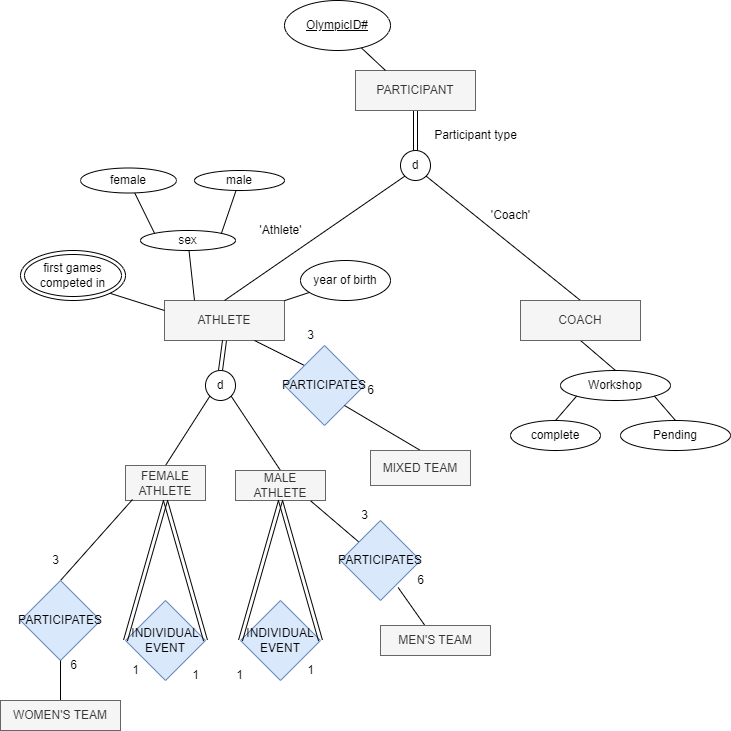
Above: EER Diagram A4.drawio.png in Alphamale42/Data-modelling (draw.io), before the change. Source tidied: cells renumbered, new cells last; positions are measured from the earlier drawing's top-left corner, leaving out a move shared by most shapes. Source of this version:
```xml
<mxGraphModel>
  <root>
    <mxCell id="0" />
    <mxCell id="1" parent="0" />
    <mxCell id="2" value="ATHLETE" style="rounded=0;whiteSpace=wrap;html=1;fillColor=#f5f5f5;fontColor=#333333;strokeColor=#666666;" parent="1" vertex="1">
      <mxGeometry x="164" y="300" width="120" height="40" as="geometry" />
    </mxCell>
    <mxCell id="3" style="endArrow=none;html=1;rounded=0;exitX=0.5;exitY=1;exitDx=0;exitDy=0;entryX=0.5;entryY=0;entryDx=0;entryDy=0;shape=link;" parent="1" edge="1" source="2" target="4">
      <mxGeometry relative="1" as="geometry" />
    </mxCell>
    <mxCell id="4" value="d" style="ellipse;whiteSpace=wrap;html=1;" parent="1" vertex="1">
      <mxGeometry x="205" y="370" width="30" height="30" as="geometry" />
    </mxCell>
    <mxCell id="5" style="endArrow=none;html=1;rounded=0;exitX=1;exitY=1;exitDx=0;exitDy=0;entryX=0.5;entryY=0;entryDx=0;entryDy=0;" parent="1" edge="1" source="4" target="7">
      <mxGeometry relative="1" as="geometry" />
    </mxCell>
    <mxCell id="6" style="endArrow=none;html=1;rounded=0;exitX=0;exitY=1;exitDx=0;exitDy=0;entryX=0.5;entryY=0;entryDx=0;entryDy=0;" parent="1" edge="1" source="4" target="8">
      <mxGeometry relative="1" as="geometry" />
    </mxCell>
    <mxCell id="7" value="MALE ATHLETE" style="rounded=0;whiteSpace=wrap;html=1;fillColor=#f5f5f5;fontColor=#333333;strokeColor=#666666;" parent="1" vertex="1">
      <mxGeometry x="235" y="470" width="90" height="30" as="geometry" />
    </mxCell>
    <mxCell id="8" value="FEMALE ATHLETE" style="rounded=0;whiteSpace=wrap;html=1;fillColor=#f5f5f5;fontColor=#333333;strokeColor=#666666;" parent="1" vertex="1">
      <mxGeometry x="125" y="465" width="80" height="35" as="geometry" />
    </mxCell>
    <mxCell id="9" style="endArrow=none;html=1;rounded=0;entryX=0.75;entryY=1;entryDx=0;entryDy=0;exitX=0;exitY=0;exitDx=0;exitDy=0;" parent="1" edge="1" source="10" target="2">
      <mxGeometry relative="1" as="geometry" />
    </mxCell>
    <mxCell id="10" value="PARTICIPATES" style="rhombus;whiteSpace=wrap;html=1;fillColor=#dae8fc;strokeColor=#6c8ebf;" parent="1" vertex="1">
      <mxGeometry x="284" y="345" width="80" height="80" as="geometry" />
    </mxCell>
    <mxCell id="11" style="endArrow=none;html=1;rounded=0;entryX=1;entryY=1;entryDx=0;entryDy=0;exitX=0.5;exitY=0;exitDx=0;exitDy=0;" parent="1" edge="1" source="12" target="10">
      <mxGeometry relative="1" as="geometry" />
    </mxCell>
    <mxCell id="12" value="MIXED TEAM" style="rounded=0;whiteSpace=wrap;html=1;fillColor=#f5f5f5;fontColor=#333333;strokeColor=#666666;" parent="1" vertex="1">
      <mxGeometry x="370" y="450" width="100" height="35" as="geometry" />
    </mxCell>
    <mxCell id="13" style="endArrow=none;html=1;rounded=0;entryX=0.5;entryY=1;entryDx=0;entryDy=0;exitX=0.5;exitY=0;exitDx=0;exitDy=0;" parent="1" edge="1" source="14" target="43">
      <mxGeometry relative="1" as="geometry" />
    </mxCell>
    <mxCell id="14" value="Workshop" style="ellipse;whiteSpace=wrap;html=1;" parent="1" vertex="1">
      <mxGeometry x="560" y="370" width="110" height="30" as="geometry" />
    </mxCell>
    <mxCell id="15" style="endArrow=none;html=1;rounded=0;entryX=0;entryY=1;entryDx=0;entryDy=0;exitX=0.5;exitY=0;exitDx=0;exitDy=0;" parent="1" edge="1" source="16" target="14">
      <mxGeometry relative="1" as="geometry" />
    </mxCell>
    <mxCell id="16" value="complete" style="ellipse;whiteSpace=wrap;html=1;" parent="1" vertex="1">
      <mxGeometry x="510" y="420" width="90" height="30" as="geometry" />
    </mxCell>
    <mxCell id="17" style="endArrow=none;html=1;rounded=0;entryX=1;entryY=1;entryDx=0;entryDy=0;exitX=0.5;exitY=0;exitDx=0;exitDy=0;" parent="1" edge="1" source="18" target="14">
      <mxGeometry relative="1" as="geometry" />
    </mxCell>
    <mxCell id="18" value="Pending" style="ellipse;whiteSpace=wrap;html=1;" parent="1" vertex="1">
      <mxGeometry x="620" y="420" width="110" height="30" as="geometry" />
    </mxCell>
    <mxCell id="19" style="endArrow=none;html=1;rounded=0;exitX=0.5;exitY=0;exitDx=0;exitDy=0;entryX=1;entryY=1;entryDx=0;entryDy=0;" parent="1" edge="1" source="43" target="21">
      <mxGeometry relative="1" as="geometry" />
    </mxCell>
    <mxCell id="20" style="endArrow=none;html=1;rounded=0;exitX=0.5;exitY=0;exitDx=0;exitDy=0;entryX=0;entryY=1;entryDx=0;entryDy=0;" parent="1" edge="1" source="2" target="21">
      <mxGeometry relative="1" as="geometry" />
    </mxCell>
    <mxCell id="21" value="d" style="ellipse;whiteSpace=wrap;html=1;" parent="1" vertex="1">
      <mxGeometry x="400" y="150" width="30" height="30" as="geometry" />
    </mxCell>
    <mxCell id="22" style="endArrow=none;html=1;rounded=0;entryX=0.5;entryY=0;entryDx=0;entryDy=0;shape=link;" parent="1" edge="1" source="23" target="21">
      <mxGeometry relative="1" as="geometry" />
    </mxCell>
    <mxCell id="23" value="PARTICIPANT" style="rounded=0;whiteSpace=wrap;html=1;fillColor=#f5f5f5;fontColor=#333333;strokeColor=#666666;" parent="1" vertex="1">
      <mxGeometry x="355" y="70" width="120" height="40" as="geometry" />
    </mxCell>
    <mxCell id="24" style="endArrow=none;html=1;rounded=0;entryX=0.25;entryY=0;entryDx=0;entryDy=0;" parent="1" edge="1" source="25" target="23">
      <mxGeometry relative="1" as="geometry" />
    </mxCell>
    <mxCell id="25" value="&lt;u&gt;OlympicID#&lt;/u&gt;" style="ellipse;whiteSpace=wrap;html=1;" parent="1" vertex="1">
      <mxGeometry x="284" width="106" height="50" as="geometry" />
    </mxCell>
    <mxCell id="26" value="Participant type" style="text;html=1;align=center;verticalAlign=middle;fillColor=none;strokeColor=none;rounded=0;" parent="1" vertex="1">
      <mxGeometry x="420" y="120" width="110" height="30" as="geometry" />
    </mxCell>
    <mxCell id="27" value="'Athlete'" style="text;html=1;align=center;verticalAlign=middle;fillColor=none;strokeColor=none;rounded=0;" parent="1" vertex="1">
      <mxGeometry x="245" y="215" width="70" height="30" as="geometry" />
    </mxCell>
    <mxCell id="28" value="'Coach'" style="text;html=1;align=center;verticalAlign=middle;fillColor=none;strokeColor=none;rounded=0;" parent="1" vertex="1">
      <mxGeometry x="480" y="200" width="60" height="30" as="geometry" />
    </mxCell>
    <mxCell id="29" value="INDIVIDUAL EVENT" style="rhombus;whiteSpace=wrap;html=1;fillColor=#dae8fc;strokeColor=#6c8ebf;" parent="1" vertex="1">
      <mxGeometry x="125" y="600" width="80" height="80" as="geometry" />
    </mxCell>
    <mxCell id="30" value="INDIVIDUAL EVENT" style="rhombus;whiteSpace=wrap;html=1;fillColor=#dae8fc;strokeColor=#6c8ebf;" parent="1" vertex="1">
      <mxGeometry x="240" y="600" width="80" height="80" as="geometry" />
    </mxCell>
    <mxCell id="31" style="endArrow=none;html=1;rounded=0;shape=link;exitX=1;exitY=0.5;exitDx=0;exitDy=0;entryX=0.5;entryY=1;entryDx=0;entryDy=0;" parent="1" edge="1" source="30" target="7">
      <mxGeometry relative="1" as="geometry" />
    </mxCell>
    <mxCell id="32" style="endArrow=none;html=1;rounded=0;shape=link;exitX=0;exitY=0.5;exitDx=0;exitDy=0;entryX=0.5;entryY=1;entryDx=0;entryDy=0;" parent="1" edge="1" source="30" target="7">
      <mxGeometry relative="1" as="geometry" />
    </mxCell>
    <mxCell id="33" style="endArrow=none;html=1;rounded=0;shape=link;exitX=0;exitY=0.5;exitDx=0;exitDy=0;entryX=0.5;entryY=1;entryDx=0;entryDy=0;" parent="1" edge="1" source="29" target="8">
      <mxGeometry relative="1" as="geometry" />
    </mxCell>
    <mxCell id="34" style="endArrow=none;html=1;rounded=0;shape=link;exitX=0.5;exitY=1;exitDx=0;exitDy=0;entryX=1;entryY=0.5;entryDx=0;entryDy=0;" parent="1" edge="1" source="8" target="29">
      <mxGeometry relative="1" as="geometry" />
    </mxCell>
    <mxCell id="35" style="endArrow=none;html=1;rounded=0;exitX=0.838;exitY=1.02;exitDx=0;exitDy=0;exitPerimeter=0;" parent="1" edge="1" source="7" target="36">
      <mxGeometry relative="1" as="geometry" />
    </mxCell>
    <mxCell id="36" value="PARTICIPATES" style="rhombus;whiteSpace=wrap;html=1;fillColor=#dae8fc;strokeColor=#6c8ebf;" parent="1" vertex="1">
      <mxGeometry x="340" y="520" width="80" height="80" as="geometry" />
    </mxCell>
    <mxCell id="37" style="endArrow=none;html=1;rounded=0;exitX=0.72;exitY=0.838;exitDx=0;exitDy=0;exitPerimeter=0;" parent="1" edge="1" source="36" target="38">
      <mxGeometry relative="1" as="geometry" />
    </mxCell>
    <mxCell id="38" value="MEN'S TEAM" style="rounded=0;whiteSpace=wrap;html=1;fillColor=#f5f5f5;fontColor=#333333;strokeColor=#666666;" parent="1" vertex="1">
      <mxGeometry x="380" y="625" width="110" height="30" as="geometry" />
    </mxCell>
    <mxCell id="39" style="endArrow=none;html=1;rounded=0;exitX=0.088;exitY=0.971;exitDx=0;exitDy=0;exitPerimeter=0;entryX=0.5;entryY=0;entryDx=0;entryDy=0;" parent="1" edge="1" source="8" target="40">
      <mxGeometry relative="1" as="geometry" />
    </mxCell>
    <mxCell id="40" value="PARTICIPATES" style="rhombus;whiteSpace=wrap;html=1;fillColor=#dae8fc;strokeColor=#6c8ebf;" parent="1" vertex="1">
      <mxGeometry x="20" y="580" width="80" height="80" as="geometry" />
    </mxCell>
    <mxCell id="41" style="endArrow=none;html=1;rounded=0;exitX=0.5;exitY=1;exitDx=0;exitDy=0;" parent="1" edge="1" source="40" target="42">
      <mxGeometry relative="1" as="geometry" />
    </mxCell>
    <mxCell id="42" value="WOMEN'S TEAM" style="rounded=0;whiteSpace=wrap;html=1;fillColor=#f5f5f5;fontColor=#333333;strokeColor=#666666;" parent="1" vertex="1">
      <mxGeometry y="700" width="120" height="30" as="geometry" />
    </mxCell>
    <mxCell id="43" value="COACH" style="rounded=0;whiteSpace=wrap;html=1;fillColor=#f5f5f5;fontColor=#333333;strokeColor=#666666;" parent="1" vertex="1">
      <mxGeometry x="520" y="300" width="120" height="40" as="geometry" />
    </mxCell>
    <mxCell id="44" style="endArrow=none;html=1;rounded=0;" parent="1" edge="1" source="2" target="45">
      <mxGeometry relative="1" as="geometry" />
    </mxCell>
    <mxCell id="45" value="year of birth" style="ellipse;whiteSpace=wrap;html=1;" parent="1" vertex="1">
      <mxGeometry x="300" y="260" width="90" height="40" as="geometry" />
    </mxCell>
    <mxCell id="46" style="endArrow=none;html=1;rounded=0;exitX=0.25;exitY=0;exitDx=0;exitDy=0;" parent="1" edge="1" source="2" target="47">
      <mxGeometry relative="1" as="geometry" />
    </mxCell>
    <mxCell id="47" value="sex" style="ellipse;whiteSpace=wrap;html=1;" parent="1" vertex="1">
      <mxGeometry x="140" y="230" width="95" height="20" as="geometry" />
    </mxCell>
    <mxCell id="48" style="endArrow=none;html=1;rounded=0;exitX=1;exitY=0;exitDx=0;exitDy=0;" parent="1" edge="1" source="47" target="49">
      <mxGeometry relative="1" as="geometry" />
    </mxCell>
    <mxCell id="49" value="male" style="ellipse;whiteSpace=wrap;html=1;" parent="1" vertex="1">
      <mxGeometry x="194" y="170" width="90" height="20" as="geometry" />
    </mxCell>
    <mxCell id="50" style="endArrow=none;html=1;rounded=0;exitX=0;exitY=0;exitDx=0;exitDy=0;" parent="1" edge="1" source="47" target="51">
      <mxGeometry relative="1" as="geometry" />
    </mxCell>
    <mxCell id="51" value="female" style="ellipse;whiteSpace=wrap;html=1;" parent="1" vertex="1">
      <mxGeometry x="80" y="167.5" width="96" height="25" as="geometry" />
    </mxCell>
    <mxCell id="52" style="endArrow=none;html=1;rounded=0;exitX=0;exitY=0.25;exitDx=0;exitDy=0;entryX=1;entryY=1;entryDx=0;entryDy=0;" parent="1" edge="1" source="2" target="53">
      <mxGeometry relative="1" as="geometry" />
    </mxCell>
    <mxCell id="53" value="first games competed in" style="ellipse;shape=doubleEllipse;whiteSpace=wrap;html=1;" parent="1" vertex="1">
      <mxGeometry x="20" y="250" width="105" height="50" as="geometry" />
    </mxCell>
    <mxCell id="54" value="3" style="text;html=1;align=center;verticalAlign=middle;fillColor=none;strokeColor=none;rounded=0;" parent="1" vertex="1">
      <mxGeometry x="295" y="320" width="30" height="30" as="geometry" />
    </mxCell>
    <mxCell id="55" value="6" style="text;html=1;align=center;verticalAlign=middle;fillColor=none;strokeColor=none;rounded=0;" parent="1" vertex="1">
      <mxGeometry x="355" y="375" width="30" height="30" as="geometry" />
    </mxCell>
    <mxCell id="56" value="6" style="text;html=1;align=center;verticalAlign=middle;fillColor=none;strokeColor=none;rounded=0;" parent="1" vertex="1">
      <mxGeometry x="405" y="565" width="30" height="30" as="geometry" />
    </mxCell>
    <mxCell id="57" value="6" style="text;html=1;align=center;verticalAlign=middle;fillColor=none;strokeColor=none;rounded=0;" parent="1" vertex="1">
      <mxGeometry x="57.5" y="650" width="30" height="30" as="geometry" />
    </mxCell>
    <mxCell id="58" value="3" style="text;html=1;align=center;verticalAlign=middle;fillColor=none;strokeColor=none;rounded=0;" parent="1" vertex="1">
      <mxGeometry x="349" y="500" width="30" height="30" as="geometry" />
    </mxCell>
    <mxCell id="59" value="3" style="text;html=1;align=center;verticalAlign=middle;fillColor=none;strokeColor=none;rounded=0;" parent="1" vertex="1">
      <mxGeometry x="40" y="545" width="30" height="30" as="geometry" />
    </mxCell>
    <mxCell id="60" value="1" style="text;html=1;align=center;verticalAlign=middle;fillColor=none;strokeColor=none;rounded=0;" parent="1" vertex="1">
      <mxGeometry x="295" y="655" width="30" height="30" as="geometry" />
    </mxCell>
    <mxCell id="61" value="1" style="text;html=1;align=center;verticalAlign=middle;fillColor=none;strokeColor=none;rounded=0;" parent="1" vertex="1">
      <mxGeometry x="224" y="660" width="30" height="30" as="geometry" />
    </mxCell>
    <mxCell id="62" value="1" style="text;html=1;align=center;verticalAlign=middle;fillColor=none;strokeColor=none;rounded=0;" parent="1" vertex="1">
      <mxGeometry x="180" y="660" width="30" height="30" as="geometry" />
    </mxCell>
    <mxCell id="63" value="1" style="text;html=1;align=center;verticalAlign=middle;fillColor=none;strokeColor=none;rounded=0;" parent="1" vertex="1">
      <mxGeometry x="120" y="655" width="30" height="30" as="geometry" />
    </mxCell>
  </root>
</mxGraphModel>
```
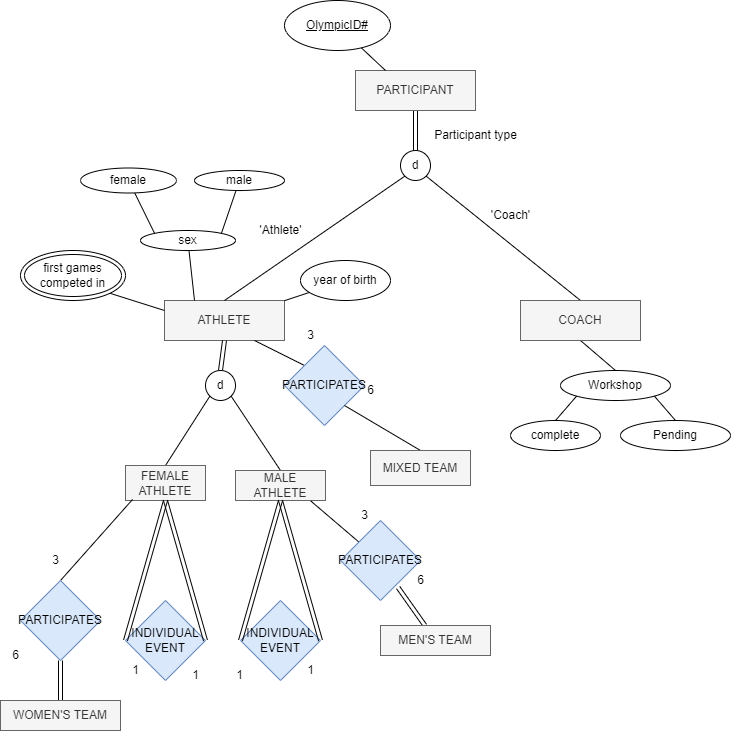
The same diagram one commit later.

What changed in the source:
```diff
@@ -107,7 +107,7 @@
     <mxCell id="36" value="PARTICIPATES" style="rhombus;whiteSpace=wrap;html=1;fillColor=#dae8fc;strokeColor=#6c8ebf;" parent="1" vertex="1">
       <mxGeometry x="340" y="520" width="80" height="80" as="geometry" />
     </mxCell>
-    <mxCell id="37" style="endArrow=none;html=1;rounded=0;exitX=0.72;exitY=0.838;exitDx=0;exitDy=0;exitPerimeter=0;" parent="1" edge="1" source="36" target="38">
+    <mxCell id="37" style="endArrow=none;html=1;rounded=0;exitX=0.72;exitY=0.838;exitDx=0;exitDy=0;exitPerimeter=0;shape=link;" parent="1" edge="1" source="36" target="38">
       <mxGeometry relative="1" as="geometry" />
     </mxCell>
     <mxCell id="38" value="MEN'S TEAM" style="rounded=0;whiteSpace=wrap;html=1;fillColor=#f5f5f5;fontColor=#333333;strokeColor=#666666;" parent="1" vertex="1">
@@ -119,7 +119,7 @@
     <mxCell id="40" value="PARTICIPATES" style="rhombus;whiteSpace=wrap;html=1;fillColor=#dae8fc;strokeColor=#6c8ebf;" parent="1" vertex="1">
       <mxGeometry x="20" y="580" width="80" height="80" as="geometry" />
     </mxCell>
-    <mxCell id="41" style="endArrow=none;html=1;rounded=0;exitX=0.5;exitY=1;exitDx=0;exitDy=0;" parent="1" edge="1" source="40" target="42">
+    <mxCell id="41" style="endArrow=none;html=1;rounded=0;exitX=0.5;exitY=1;exitDx=0;exitDy=0;shape=link;" parent="1" edge="1" source="40" target="42">
       <mxGeometry relative="1" as="geometry" />
     </mxCell>
     <mxCell id="42" value="WOMEN'S TEAM" style="rounded=0;whiteSpace=wrap;html=1;fillColor=#f5f5f5;fontColor=#333333;strokeColor=#666666;" parent="1" vertex="1">
@@ -168,7 +168,7 @@
       <mxGeometry x="405" y="565" width="30" height="30" as="geometry" />
     </mxCell>
     <mxCell id="57" value="6" style="text;html=1;align=center;verticalAlign=middle;fillColor=none;strokeColor=none;rounded=0;" parent="1" vertex="1">
-      <mxGeometry x="57.5" y="650" width="30" height="30" as="geometry" />
+      <mxGeometry y="640" width="30" height="30" as="geometry" />
     </mxCell>
     <mxCell id="58" value="3" style="text;html=1;align=center;verticalAlign=middle;fillColor=none;strokeColor=none;rounded=0;" parent="1" vertex="1">
       <mxGeometry x="349" y="500" width="30" height="30" as="geometry" />
```
